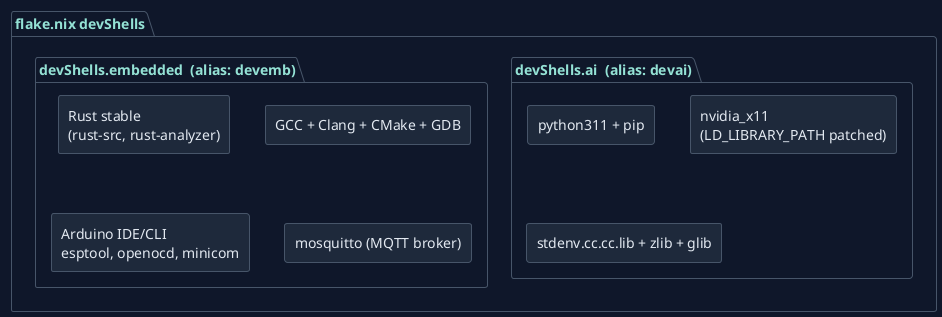
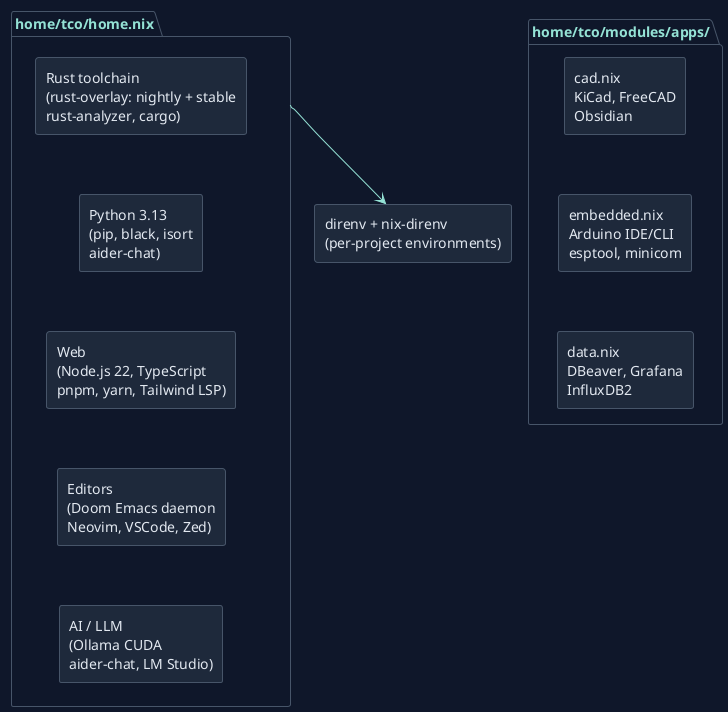
- @startuml dev-shells
+ @startuml dev-tooling
!theme plain
skinparam backgroundColor #0f172a
skinparam defaultFontColor #e2e8f0
skinparam arrowColor #94e2d5
skinparam borderColor #475569
skinparam shadowing false

skinparam rectangle {
  BackgroundColor #1e293b
  BorderColor #475569
  FontColor #e2e8f0
}
skinparam package {
  BackgroundColor #0f172a
  BorderColor #475569
  FontColor #94e2d5
}

- package "flake.nix devShells" {
-   package "devShells.ai  (alias: devai)" {
-     rectangle "python311 + pip" as py
-     rectangle "nvidia_x11\n(LD_LIBRARY_PATH patched)" as gpu
-     rectangle "stdenv.cc.cc.lib + zlib + glib" as libs
-   }
- 
-   package "devShells.embedded  (alias: devemb)" {
-     rectangle "Rust stable\n(rust-src, rust-analyzer)" as rust
-     rectangle "GCC + Clang + CMake + GDB" as cc
-     rectangle "Arduino IDE/CLI\nesptool, openocd, minicom" as mcu
-     rectangle "mosquitto (MQTT broker)" as mqtt
-   }
+ package "home/tco/home.nix" {
+   rectangle "Rust toolchain\n(rust-overlay: nightly + stable\nrust-analyzer, cargo)" as rust
+   rectangle "Python 3.13\n(pip, black, isort\naider-chat)" as python
+   rectangle "Web\n(Node.js 22, TypeScript\npnpm, yarn, Tailwind LSP)" as web
+   rectangle "Editors\n(Doom Emacs daemon\nNeovim, VSCode, Zed)" as editors
+   rectangle "AI / LLM\n(Ollama CUDA\naider-chat, LM Studio)" as ai
}

+ package "home/tco/modules/apps/" {
+   rectangle "cad.nix\nKiCad, FreeCAD\nObsidian" as cad
+   rectangle "embedded.nix\nArduino IDE/CLI\nesptool, minicom" as emb
+   rectangle "data.nix\nDBeaver, Grafana\nInfluxDB2" as data
+ }
+ 
+ rectangle "direnv + nix-direnv\n(per-project environments)" as direnv
+ 
+ rust -[hidden]-> python
+ python -[hidden]-> web
+ web -[hidden]-> editors
+ editors -[hidden]-> ai
+ cad -[hidden]-> emb
+ emb -[hidden]-> data
+ "home/tco/home.nix" --> direnv
+ 
@enduml
